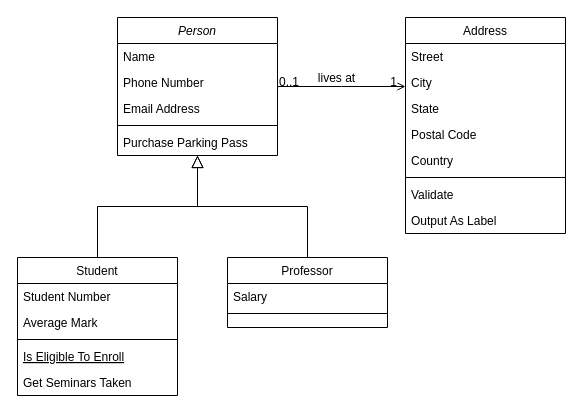
This is repair 다이어그램.drawio from pjyhjk0422/RepairOper, a draw.io file, before an edit. Source tidied: cells renumbered, new cells numbered last; positions are measured from the earlier drawing's top-left corner, leaving out a move shared by most shapes. Both pictures are drawn from the tidied source at 100%, with x=0, y=0 at pixel (17, 17).
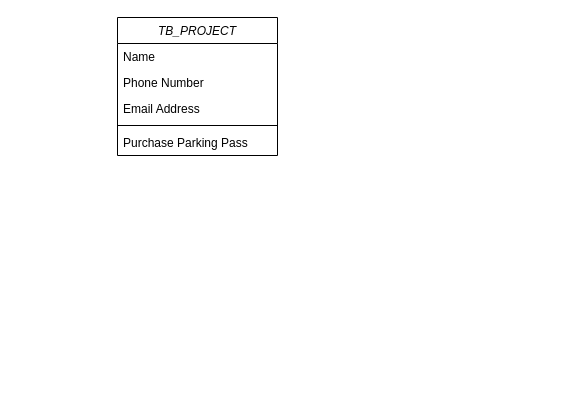
After the change.

Commit message:
repair 다이어그램.drawio 업데이트

Change to the diagram source:
```diff
@@
-    <mxCell id="2" value="Person" style="swimlane;fontStyle=2;align=center;verticalAlign=top;horizontal=1;startSize=26;rounded=0;shadow=0;strokeWidth=1;" parent="1" vertex="1">
+    <mxCell id="2" value="TB_PROJECT" style="swimlane;fontStyle=2;align=center;verticalAlign=top;horizontal=1;startSize=26;rounded=0;shadow=0;strokeWidth=1;" parent="1" vertex="1">
       <mxGeometry x="100" width="160" height="138" as="geometry" />
     </mxCell>
@@
-    <mxCell id="8" value="Student" style="swimlane;fontStyle=0;align=center;verticalAlign=top;horizontal=1;startSize=26;rounded=0;shadow=0;strokeWidth=1;" parent="1" vertex="1">
-      <mxGeometry y="240" width="160" height="138" as="geometry" />
-    </mxCell>
-    <mxCell id="9" value="Student Number" style="text;align=left;verticalAlign=top;spacingLeft=4;spacingRight=4;overflow=hidden;" parent="8" vertex="1">
-      <mxGeometry y="26" width="160" height="26" as="geometry" />
-    </mxCell>
-    <mxCell id="10" value="Average Mark" style="text;align=left;verticalAlign=top;spacingLeft=4;spacingRight=4;overflow=hidden;rounded=0;shadow=0;html=0;" parent="8" vertex="1">
-      <mxGeometry y="52" width="160" height="26" as="geometry" />
-    </mxCell>
-    <mxCell id="11" style="line;html=1;strokeWidth=1;align=left;verticalAlign=middle;spacingTop=-1;spacingLeft=3;spacingRight=3;labelPosition=right;" parent="8" vertex="1">
-      <mxGeometry y="78" width="160" height="8" as="geometry" />
-    </mxCell>
-    <mxCell id="12" value="Is Eligible To Enroll" style="text;align=left;verticalAlign=top;spacingLeft=4;spacingRight=4;overflow=hidden;fontStyle=4;" parent="8" vertex="1">
-      <mxGeometry y="86" width="160" height="26" as="geometry" />
-    </mxCell>
-    <mxCell id="13" value="Get Seminars Taken" style="text;align=left;verticalAlign=top;spacingLeft=4;spacingRight=4;overflow=hidden;" parent="8" vertex="1">
-      <mxGeometry y="112" width="160" height="26" as="geometry" />
-    </mxCell>
-    <mxCell id="14" style="endArrow=block;endSize=10;endFill=0;shadow=0;strokeWidth=1;rounded=0;edgeStyle=elbowEdgeStyle;elbow=vertical;" parent="1" edge="1" source="8" target="2">
-      <mxGeometry relative="1" as="geometry" />
-    </mxCell>
-    <mxCell id="15" value="Professor" style="swimlane;fontStyle=0;align=center;verticalAlign=top;horizontal=1;startSize=26;rounded=0;shadow=0;strokeWidth=1;" parent="1" vertex="1">
-      <mxGeometry x="210" y="240" width="160" height="70" as="geometry" />
-    </mxCell>
-    <mxCell id="16" value="Salary" style="text;align=left;verticalAlign=top;spacingLeft=4;spacingRight=4;overflow=hidden;" parent="15" vertex="1">
-      <mxGeometry y="26" width="160" height="26" as="geometry" />
-    </mxCell>
-    <mxCell id="17" style="line;html=1;strokeWidth=1;align=left;verticalAlign=middle;spacingTop=-1;spacingLeft=3;spacingRight=3;labelPosition=right;" parent="15" vertex="1">
-      <mxGeometry y="52" width="160" height="8" as="geometry" />
-    </mxCell>
-    <mxCell id="18" style="endArrow=block;endSize=10;endFill=0;shadow=0;strokeWidth=1;rounded=0;edgeStyle=elbowEdgeStyle;elbow=vertical;" parent="1" edge="1" source="15" target="2">
-      <mxGeometry relative="1" as="geometry" />
-    </mxCell>
-    <mxCell id="19" value="Address" style="swimlane;fontStyle=0;align=center;verticalAlign=top;horizontal=1;startSize=26;rounded=0;shadow=0;strokeWidth=1;" parent="1" vertex="1">
-      <mxGeometry x="388" width="160" height="216" as="geometry" />
-    </mxCell>
-    <mxCell id="20" value="Street" style="text;align=left;verticalAlign=top;spacingLeft=4;spacingRight=4;overflow=hidden;" parent="19" vertex="1">
-      <mxGeometry y="26" width="160" height="26" as="geometry" />
-    </mxCell>
-    <mxCell id="21" value="City" style="text;align=left;verticalAlign=top;spacingLeft=4;spacingRight=4;overflow=hidden;rounded=0;shadow=0;html=0;" parent="19" vertex="1">
-      <mxGeometry y="52" width="160" height="26" as="geometry" />
-    </mxCell>
-    <mxCell id="22" value="State" style="text;align=left;verticalAlign=top;spacingLeft=4;spacingRight=4;overflow=hidden;rounded=0;shadow=0;html=0;" parent="19" vertex="1">
-      <mxGeometry y="78" width="160" height="26" as="geometry" />
-    </mxCell>
-    <mxCell id="23" value="Postal Code" style="text;align=left;verticalAlign=top;spacingLeft=4;spacingRight=4;overflow=hidden;rounded=0;shadow=0;html=0;" parent="19" vertex="1">
-      <mxGeometry y="104" width="160" height="26" as="geometry" />
-    </mxCell>
-    <mxCell id="24" value="Country" style="text;align=left;verticalAlign=top;spacingLeft=4;spacingRight=4;overflow=hidden;rounded=0;shadow=0;html=0;" parent="19" vertex="1">
-      <mxGeometry y="130" width="160" height="26" as="geometry" />
-    </mxCell>
-    <mxCell id="25" style="line;html=1;strokeWidth=1;align=left;verticalAlign=middle;spacingTop=-1;spacingLeft=3;spacingRight=3;labelPosition=right;" parent="19" vertex="1">
-      <mxGeometry y="156" width="160" height="8" as="geometry" />
-    </mxCell>
-    <mxCell id="26" value="Validate" style="text;align=left;verticalAlign=top;spacingLeft=4;spacingRight=4;overflow=hidden;" parent="19" vertex="1">
-      <mxGeometry y="164" width="160" height="26" as="geometry" />
-    </mxCell>
-    <mxCell id="27" value="Output As Label" style="text;align=left;verticalAlign=top;spacingLeft=4;spacingRight=4;overflow=hidden;" parent="19" vertex="1">
-      <mxGeometry y="190" width="160" height="26" as="geometry" />
-    </mxCell>
-    <mxCell id="28" style="endArrow=open;shadow=0;strokeWidth=1;rounded=0;endFill=1;edgeStyle=elbowEdgeStyle;elbow=vertical;" parent="1" edge="1" source="2" target="19">
-      <mxGeometry x="0.5" y="41" relative="1" as="geometry">
-        <mxPoint x="-40" y="32" as="offset" />
-      </mxGeometry>
-    </mxCell>
-    <mxCell id="29" value="0..1" style="align=left;verticalAlign=bottom;labelBackgroundColor=none;fontSize=12;" parent="28" vertex="1">
-      <mxGeometry x="-1" relative="1" as="geometry">
-        <mxPoint y="4" as="offset" />
-      </mxGeometry>
-    </mxCell>
-    <mxCell id="30" value="1" style="align=right;verticalAlign=bottom;labelBackgroundColor=none;fontSize=12;" parent="28" vertex="1">
-      <mxGeometry x="1" relative="1" as="geometry">
-        <mxPoint x="-7" y="4" as="offset" />
-      </mxGeometry>
-    </mxCell>
-    <mxCell id="31" value="lives at" style="text;html=1;align=center;verticalAlign=middle;labelBackgroundColor=none;rounded=0;shadow=0;strokeWidth=1;fontSize=12;" parent="28" vertex="1">
-      <mxGeometry x="0.5" y="49" relative="1" as="geometry">
-        <mxPoint x="-38" y="40" as="offset" />
-      </mxGeometry>
-    </mxCell>
```
